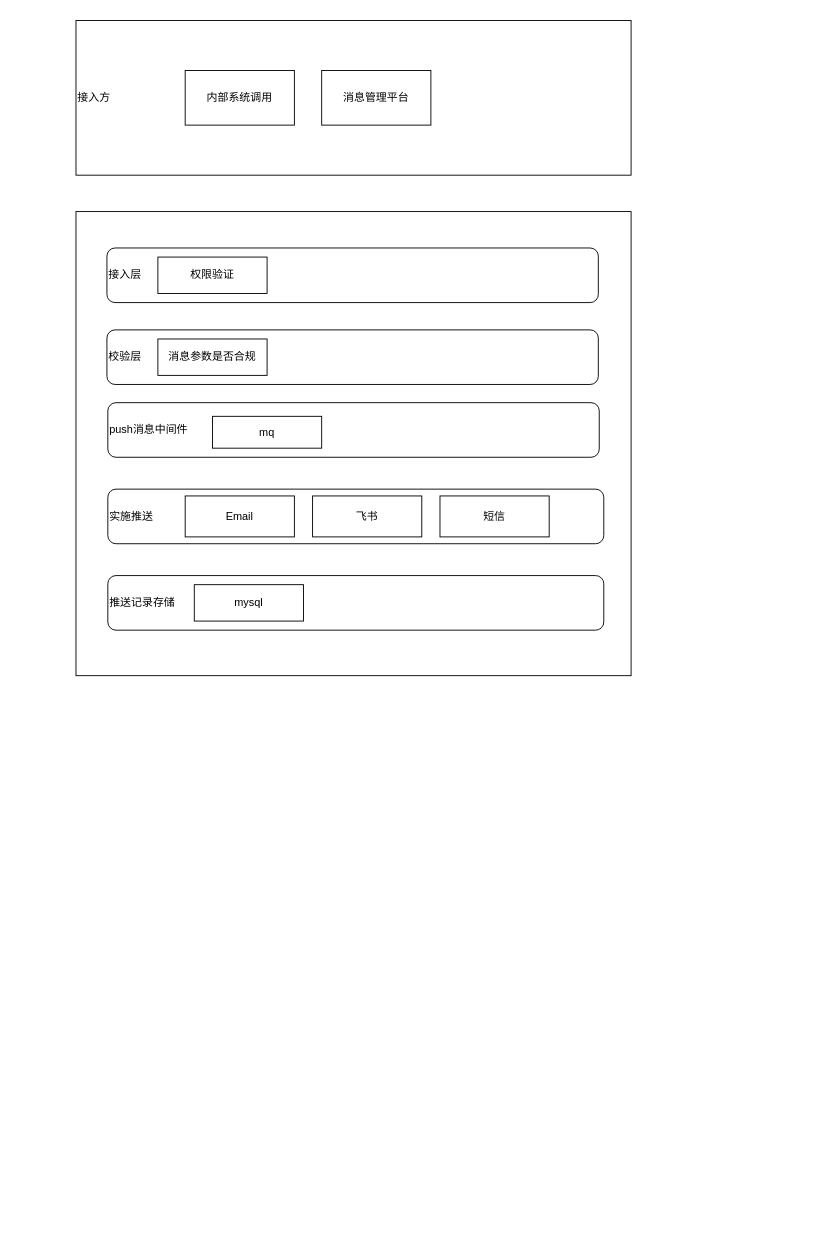
Before: 消息推送系统.drawio in Chenchicheng/qiaolezi, a draw.io diagram. Source tidied: cells renumbered, new cells numbered last; positions are measured from the earlier drawing's top-left corner, leaving out a move shared by most shapes. Both pictures are drawn from the tidied source at 91%, with x=0, y=0 at pixel (76, 20).
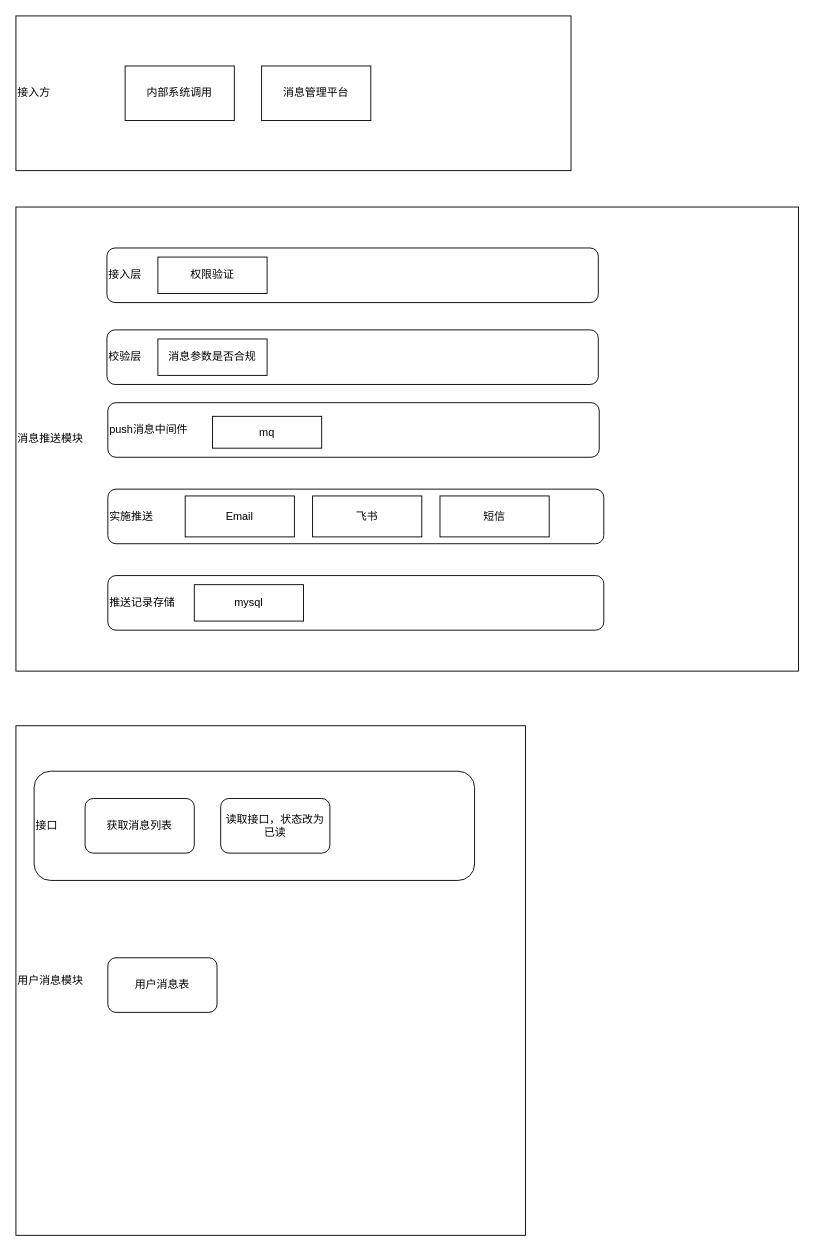
The same page after the edit.

Commit message:
更新消息推送系统.drawio

The edit, as a diff of the source:
```diff
@@
     <mxCell id="2" value="接入方" style="rounded=0;whiteSpace=wrap;html=1;align=left;" parent="1" vertex="1">
-      <mxGeometry width="610" height="170" as="geometry" />
+      <mxGeometry x="-66" y="-5" width="610" height="170" as="geometry" />
     </mxCell>
     <mxCell id="3" value="内部系统调用" style="rounded=0;whiteSpace=wrap;html=1;" parent="1" vertex="1">
-      <mxGeometry x="120" y="55" width="120" height="60" as="geometry" />
+      <mxGeometry x="54" y="50" width="120" height="60" as="geometry" />
     </mxCell>
     <mxCell id="4" value="消息管理平台" style="rounded=0;whiteSpace=wrap;html=1;" parent="1" vertex="1">
-      <mxGeometry x="270" y="55" width="120" height="60" as="geometry" />
+      <mxGeometry x="204" y="50" width="120" height="60" as="geometry" />
     </mxCell>
-    <mxCell id="5" style="rounded=0;whiteSpace=wrap;html=1;" parent="1" vertex="1">
-      <mxGeometry y="210" width="610" height="510" as="geometry" />
+    <mxCell id="5" value="消息推送模块" style="rounded=0;whiteSpace=wrap;html=1;align=left;" parent="1" vertex="1">
+      <mxGeometry x="-66" y="205" width="860" height="510" as="geometry" />
     </mxCell>
@@
+    <mxCell id="18" value="用户消息模块" style="whiteSpace=wrap;html=1;align=left;" parent="1" vertex="1">
+      <mxGeometry x="-66" y="775" width="560" height="560" as="geometry" />
+    </mxCell>
+    <mxCell id="19" value="用户消息表" style="rounded=1;whiteSpace=wrap;html=1;" parent="1" vertex="1">
+      <mxGeometry x="35" y="1030" width="120" height="60" as="geometry" />
+    </mxCell>
+    <mxCell id="20" value="接口" style="rounded=1;whiteSpace=wrap;html=1;align=left;" parent="1" vertex="1">
+      <mxGeometry x="-46" y="825" width="484" height="120" as="geometry" />
+    </mxCell>
+    <mxCell id="21" value="获取消息列表" style="rounded=1;whiteSpace=wrap;html=1;" parent="1" vertex="1">
+      <mxGeometry x="10" y="855" width="120" height="60" as="geometry" />
+    </mxCell>
+    <mxCell id="22" value="读取接口，状态改为已读" style="rounded=1;whiteSpace=wrap;html=1;" parent="1" vertex="1">
+      <mxGeometry x="159" y="855" width="120" height="60" as="geometry" />
+    </mxCell>
```
